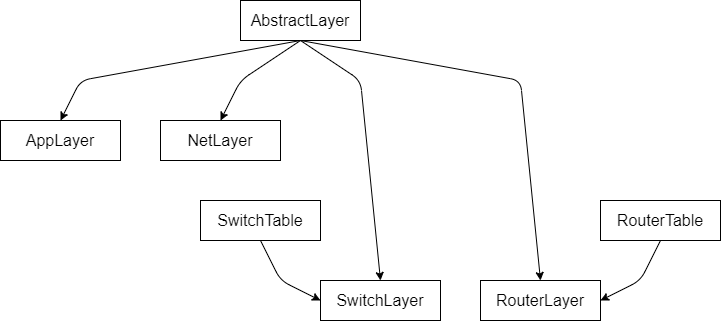
mrcaidev/computer-network-and-communication-technology keeps this draw.io diagram as Project1-MinNE-python/report/images/layer.png. Above is the earlier version. Source tidied: cells renumbered, new cells last; positions are measured from the earlier drawing's top-left corner, leaving out a move shared by most shapes. Source of this version:
```xml
<mxGraphModel>
  <root>
    <mxCell id="0" />
    <mxCell id="1" parent="0" />
    <mxCell id="2" style="edgeStyle=none;rounded=1;html=1;exitX=0.5;exitY=1;exitDx=0;exitDy=0;entryX=0.5;entryY=0;entryDx=0;entryDy=0;" parent="1" edge="1" source="6" target="7">
      <mxGeometry relative="1" as="geometry">
        <Array as="points">
          <mxPoint x="80" y="80" />
        </Array>
      </mxGeometry>
    </mxCell>
    <mxCell id="3" style="edgeStyle=none;rounded=1;html=1;exitX=0.5;exitY=1;exitDx=0;exitDy=0;entryX=0.5;entryY=0;entryDx=0;entryDy=0;" parent="1" edge="1" source="6" target="8">
      <mxGeometry relative="1" as="geometry">
        <Array as="points">
          <mxPoint x="240" y="80" />
        </Array>
      </mxGeometry>
    </mxCell>
    <mxCell id="4" style="edgeStyle=none;rounded=1;html=1;exitX=0.5;exitY=1;exitDx=0;exitDy=0;entryX=0.5;entryY=0;entryDx=0;entryDy=0;" parent="1" edge="1" source="6" target="9">
      <mxGeometry relative="1" as="geometry">
        <Array as="points">
          <mxPoint x="360" y="80" />
        </Array>
      </mxGeometry>
    </mxCell>
    <mxCell id="5" style="edgeStyle=none;rounded=1;html=1;exitX=0.5;exitY=1;exitDx=0;exitDy=0;entryX=0.5;entryY=0;entryDx=0;entryDy=0;" parent="1" edge="1" source="6" target="10">
      <mxGeometry relative="1" as="geometry">
        <Array as="points">
          <mxPoint x="520" y="80" />
        </Array>
      </mxGeometry>
    </mxCell>
    <mxCell id="6" value="&lt;font style=&quot;font-size: 16px&quot;&gt;AbstractLayer&lt;/font&gt;" style="rounded=0;whiteSpace=wrap;html=1;" parent="1" vertex="1">
      <mxGeometry x="240" width="120" height="40" as="geometry" />
    </mxCell>
    <mxCell id="7" value="&lt;font style=&quot;font-size: 16px&quot;&gt;AppLayer&lt;/font&gt;" style="rounded=0;whiteSpace=wrap;html=1;" parent="1" vertex="1">
      <mxGeometry y="120" width="120" height="40" as="geometry" />
    </mxCell>
    <mxCell id="8" value="&lt;font style=&quot;font-size: 16px&quot;&gt;NetLayer&lt;/font&gt;" style="rounded=0;whiteSpace=wrap;html=1;" parent="1" vertex="1">
      <mxGeometry x="160" y="120" width="120" height="40" as="geometry" />
    </mxCell>
    <mxCell id="9" value="&lt;font style=&quot;font-size: 16px&quot;&gt;SwitchLayer&lt;/font&gt;" style="rounded=0;whiteSpace=wrap;html=1;" parent="1" vertex="1">
      <mxGeometry x="320" y="280" width="120" height="40" as="geometry" />
    </mxCell>
    <mxCell id="10" value="&lt;font style=&quot;font-size: 16px&quot;&gt;RouterLayer&lt;/font&gt;" style="rounded=0;whiteSpace=wrap;html=1;" parent="1" vertex="1">
      <mxGeometry x="480" y="280" width="120" height="40" as="geometry" />
    </mxCell>
    <mxCell id="11" style="edgeStyle=none;rounded=1;html=1;exitX=0.5;exitY=1;exitDx=0;exitDy=0;entryX=1;entryY=0.5;entryDx=0;entryDy=0;" parent="1" edge="1" source="12" target="10">
      <mxGeometry relative="1" as="geometry">
        <Array as="points">
          <mxPoint x="640" y="280" />
        </Array>
      </mxGeometry>
    </mxCell>
    <mxCell id="12" value="&lt;font style=&quot;font-size: 16px&quot;&gt;RouterTable&lt;/font&gt;" style="rounded=0;whiteSpace=wrap;html=1;" parent="1" vertex="1">
      <mxGeometry x="600" y="200" width="120" height="40" as="geometry" />
    </mxCell>
    <mxCell id="13" style="edgeStyle=none;rounded=1;html=1;exitX=0.5;exitY=1;exitDx=0;exitDy=0;entryX=0;entryY=0.5;entryDx=0;entryDy=0;" parent="1" edge="1" source="14" target="9">
      <mxGeometry relative="1" as="geometry">
        <Array as="points">
          <mxPoint x="280" y="280" />
        </Array>
      </mxGeometry>
    </mxCell>
    <mxCell id="14" value="&lt;font style=&quot;font-size: 16px&quot;&gt;SwitchTable&lt;br&gt;&lt;/font&gt;" style="rounded=0;whiteSpace=wrap;html=1;" parent="1" vertex="1">
      <mxGeometry x="200" y="200" width="120" height="40" as="geometry" />
    </mxCell>
  </root>
</mxGraphModel>
```
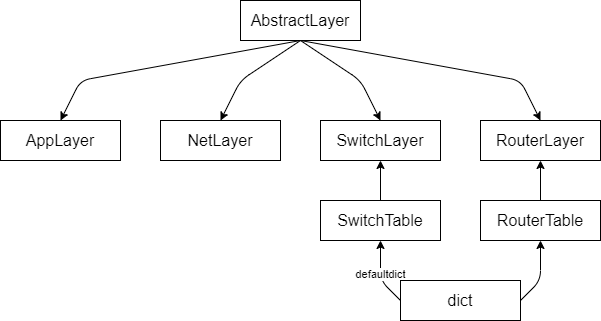
The same diagram one commit later.

Change to the diagram source:
```diff
@@ -40,30 +40,39 @@
       <mxGeometry x="160" y="120" width="120" height="40" as="geometry" />
     </mxCell>
     <mxCell id="9" value="&lt;font style=&quot;font-size: 16px&quot;&gt;SwitchLayer&lt;/font&gt;" style="rounded=0;whiteSpace=wrap;html=1;" parent="1" vertex="1">
-      <mxGeometry x="320" y="280" width="120" height="40" as="geometry" />
+      <mxGeometry x="320" y="120" width="120" height="40" as="geometry" />
     </mxCell>
     <mxCell id="10" value="&lt;font style=&quot;font-size: 16px&quot;&gt;RouterLayer&lt;/font&gt;" style="rounded=0;whiteSpace=wrap;html=1;" parent="1" vertex="1">
-      <mxGeometry x="480" y="280" width="120" height="40" as="geometry" />
+      <mxGeometry x="480" y="120" width="120" height="40" as="geometry" />
     </mxCell>
-    <mxCell id="11" style="edgeStyle=none;rounded=1;html=1;exitX=0.5;exitY=1;exitDx=0;exitDy=0;entryX=1;entryY=0.5;entryDx=0;entryDy=0;" parent="1" edge="1" source="12" target="10">
-      <mxGeometry relative="1" as="geometry">
-        <Array as="points">
-          <mxPoint x="640" y="280" />
-        </Array>
-      </mxGeometry>
+    <mxCell id="11" style="edgeStyle=none;html=1;exitX=0.5;exitY=0;exitDx=0;exitDy=0;entryX=0.5;entryY=1;entryDx=0;entryDy=0;" parent="1" edge="1" source="12" target="10">
+      <mxGeometry relative="1" as="geometry" />
     </mxCell>
     <mxCell id="12" value="&lt;font style=&quot;font-size: 16px&quot;&gt;RouterTable&lt;/font&gt;" style="rounded=0;whiteSpace=wrap;html=1;" parent="1" vertex="1">
-      <mxGeometry x="600" y="200" width="120" height="40" as="geometry" />
+      <mxGeometry x="480" y="200" width="120" height="40" as="geometry" />
     </mxCell>
-    <mxCell id="13" style="edgeStyle=none;rounded=1;html=1;exitX=0.5;exitY=1;exitDx=0;exitDy=0;entryX=0;entryY=0.5;entryDx=0;entryDy=0;" parent="1" edge="1" source="14" target="9">
-      <mxGeometry relative="1" as="geometry">
-        <Array as="points">
-          <mxPoint x="280" y="280" />
-        </Array>
-      </mxGeometry>
+    <mxCell id="13" style="edgeStyle=none;html=1;exitX=0.5;exitY=0;exitDx=0;exitDy=0;entryX=0.5;entryY=1;entryDx=0;entryDy=0;" parent="1" edge="1" source="14" target="9">
+      <mxGeometry relative="1" as="geometry" />
     </mxCell>
     <mxCell id="14" value="&lt;font style=&quot;font-size: 16px&quot;&gt;SwitchTable&lt;br&gt;&lt;/font&gt;" style="rounded=0;whiteSpace=wrap;html=1;" parent="1" vertex="1">
-      <mxGeometry x="200" y="200" width="120" height="40" as="geometry" />
+      <mxGeometry x="320" y="200" width="120" height="40" as="geometry" />
     </mxCell>
+    <mxCell id="15" style="edgeStyle=none;html=1;exitX=1;exitY=0.5;exitDx=0;exitDy=0;entryX=0.5;entryY=1;entryDx=0;entryDy=0;" parent="1" edge="1" source="17" target="12">
+      <mxGeometry relative="1" as="geometry">
+        <Array as="points">
+          <mxPoint x="540" y="280" />
+        </Array>
+      </mxGeometry>
+    </mxCell>
+    <mxCell id="16" value="defaultdict" style="edgeStyle=none;html=1;exitX=0;exitY=0.5;exitDx=0;exitDy=0;entryX=0.5;entryY=1;entryDx=0;entryDy=0;" parent="1" edge="1" source="17" target="14">
+      <mxGeometry relative="1" as="geometry">
+        <Array as="points">
+          <mxPoint x="380" y="280" />
+        </Array>
+      </mxGeometry>
+    </mxCell>
+    <mxCell id="17" value="&lt;font style=&quot;font-size: 16px&quot;&gt;dict&lt;br&gt;&lt;/font&gt;" style="rounded=0;whiteSpace=wrap;html=1;" parent="1" vertex="1">
+      <mxGeometry x="400" y="280" width="120" height="40" as="geometry" />
+    </mxCell>
   </root>
 </mxGraphModel>
```
